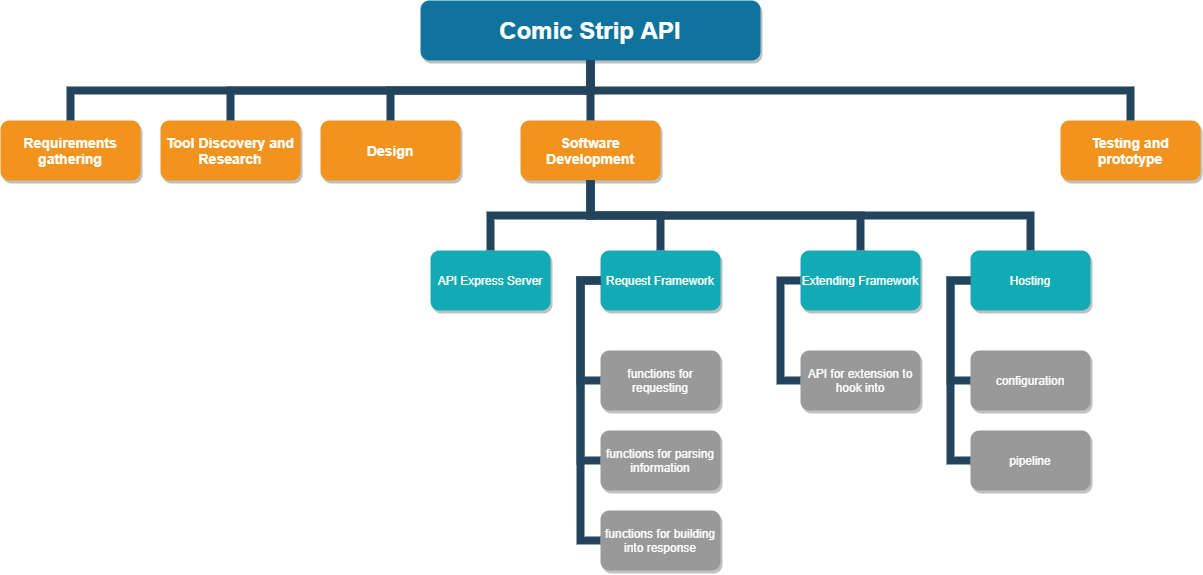
Before: Documentation/WBS.png, a diagram exported from draw.io (Commodore68/comic-strip-api). Source tidied: cells renumbered, new cells last; positions are measured from the earlier drawing's top-left corner, leaving out a move shared by most shapes.
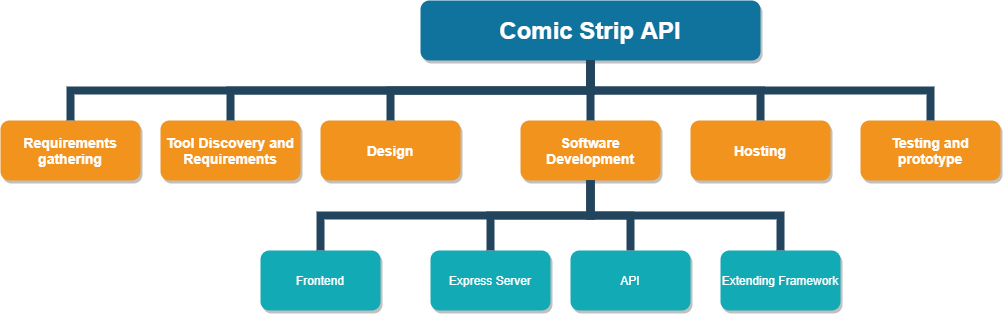
After the change.

Change to the diagram source:
```diff
@@ -8,7 +8,7 @@
     <mxCell id="3" value="Requirements gathering" style="whiteSpace=wrap;rounded=1;fillColor=#F2931E;strokeColor=none;shadow=1;fontColor=#FFFFFF;fontStyle=1;fontSize=14;" parent="1" vertex="1">
       <mxGeometry y="120" width="140" height="60" as="geometry" />
     </mxCell>
-    <mxCell id="4" value="Tool Discovery and Research" style="whiteSpace=wrap;rounded=1;fillColor=#F2931E;strokeColor=none;shadow=1;fontColor=#FFFFFF;fontStyle=1;fontSize=14;" parent="1" vertex="1">
+    <mxCell id="4" value="Tool Discovery and Requirements" style="whiteSpace=wrap;rounded=1;fillColor=#F2931E;strokeColor=none;shadow=1;fontColor=#FFFFFF;fontStyle=1;fontSize=14;" parent="1" vertex="1">
       <mxGeometry x="160" y="120" width="140" height="60" as="geometry" />
     </mxCell>
     <mxCell id="5" value="Design" style="whiteSpace=wrap;rounded=1;fillColor=#F2931E;strokeColor=none;shadow=1;fontColor=#FFFFFF;fontStyle=1;fontSize=14;" parent="1" vertex="1">
@@ -18,80 +18,17 @@
       <mxGeometry x="520" y="120" width="140" height="60" as="geometry" />
     </mxCell>
     <mxCell id="7" value="Testing and prototype" style="whiteSpace=wrap;rounded=1;fillColor=#F2931E;strokeColor=none;shadow=1;fontColor=#FFFFFF;fontStyle=1;fontSize=14;" parent="1" vertex="1">
-      <mxGeometry x="1060" y="120" width="140" height="60" as="geometry" />
+      <mxGeometry x="860" y="120" width="140" height="60" as="geometry" />
     </mxCell>
-    <mxCell id="8" value="API Express Server" style="whiteSpace=wrap;rounded=1;fillColor=#12AAB5;strokeColor=none;shadow=1;fontColor=#FFFFFF;" parent="1" vertex="1">
+    <mxCell id="8" value="Express Server" style="whiteSpace=wrap;rounded=1;fillColor=#12AAB5;strokeColor=none;shadow=1;fontColor=#FFFFFF;" parent="1" vertex="1">
       <mxGeometry x="430" y="250" width="120" height="60" as="geometry" />
     </mxCell>
-    <mxCell id="9" value="Request Framework" style="whiteSpace=wrap;rounded=1;fillColor=#12AAB5;strokeColor=none;shadow=1;fontColor=#FFFFFF;" parent="1" vertex="1">
-      <mxGeometry x="600" y="250" width="120" height="60" as="geometry" />
+    <mxCell id="9" value="API" style="whiteSpace=wrap;rounded=1;fillColor=#12AAB5;strokeColor=none;shadow=1;fontColor=#FFFFFF;" parent="1" vertex="1">
+      <mxGeometry x="570" y="250" width="120" height="60" as="geometry" />
     </mxCell>
     <mxCell id="10" value="Extending Framework" style="whiteSpace=wrap;rounded=1;fillColor=#12AAB5;strokeColor=none;shadow=1;fontColor=#FFFFFF;" parent="1" vertex="1">
-      <mxGeometry x="800" y="250" width="120" height="60" as="geometry" />
+      <mxGeometry x="720" y="250" width="120" height="60" as="geometry" />
     </mxCell>
-    <mxCell id="11" value="functions for requesting" style="whiteSpace=wrap;rounded=1;fillColor=#999999;strokeColor=none;shadow=1;fontColor=#FFFFFF;fontStyle=0;" parent="1" vertex="1">
-      <mxGeometry x="600" y="350" width="120" height="60" as="geometry" />
-    </mxCell>
-    <mxCell id="12" value="functions for parsing information" style="whiteSpace=wrap;rounded=1;fillColor=#999999;strokeColor=none;shadow=1;fontColor=#FFFFFF;fontStyle=0;" parent="1" vertex="1">
-      <mxGeometry x="600" y="430" width="120" height="60" as="geometry" />
-    </mxCell>
-    <mxCell id="13" value="functions for building into response" style="whiteSpace=wrap;rounded=1;fillColor=#999999;strokeColor=none;shadow=1;fontColor=#FFFFFF;fontStyle=0;" parent="1" vertex="1">
-      <mxGeometry x="600" y="510" width="120" height="60" as="geometry" />
-    </mxCell>
-    <mxCell id="14" value="API for extension to hook into" style="whiteSpace=wrap;rounded=1;fillColor=#999999;strokeColor=none;shadow=1;fontColor=#FFFFFF;fontStyle=0;" parent="1" vertex="1">
-      <mxGeometry x="800" y="350" width="120" height="60" as="geometry" />
-    </mxCell>
-    <mxCell id="15" style="edgeStyle=elbowEdgeStyle;elbow=horizontal;rounded=0;fontColor=#000000;endArrow=none;endFill=0;strokeWidth=8;strokeColor=#23445D;" parent="1" edge="1" source="9" target="11">
-      <mxGeometry relative="1" as="geometry">
-        <Array as="points">
-          <mxPoint x="580" y="330" />
-        </Array>
-      </mxGeometry>
-    </mxCell>
-    <mxCell id="16" style="edgeStyle=elbowEdgeStyle;elbow=horizontal;rounded=0;fontColor=#000000;endArrow=none;endFill=0;strokeWidth=8;strokeColor=#23445D;" parent="1" edge="1" source="9" target="12">
-      <mxGeometry relative="1" as="geometry">
-        <Array as="points">
-          <mxPoint x="580" y="370" />
-        </Array>
-      </mxGeometry>
-    </mxCell>
-    <mxCell id="17" style="edgeStyle=elbowEdgeStyle;elbow=horizontal;rounded=0;fontColor=#000000;endArrow=none;endFill=0;strokeWidth=8;strokeColor=#23445D;" parent="1" edge="1" source="9" target="13">
-      <mxGeometry relative="1" as="geometry">
-        <Array as="points">
-          <mxPoint x="580" y="420" />
-        </Array>
-      </mxGeometry>
-    </mxCell>
-    <mxCell id="18" style="edgeStyle=elbowEdgeStyle;elbow=horizontal;rounded=0;fontColor=#000000;endArrow=none;endFill=0;strokeWidth=8;strokeColor=#23445D;" parent="1" edge="1" source="10" target="14">
-      <mxGeometry relative="1" as="geometry">
-        <Array as="points">
-          <mxPoint x="780" y="330" />
-        </Array>
-      </mxGeometry>
-    </mxCell>
-    <mxCell id="19" value="Hosting" style="whiteSpace=wrap;rounded=1;fillColor=#12AAB5;strokeColor=none;shadow=1;fontColor=#FFFFFF;" parent="1" vertex="1">
-      <mxGeometry x="970" y="250" width="120" height="60" as="geometry" />
-    </mxCell>
-    <mxCell id="20" value="configuration" style="whiteSpace=wrap;rounded=1;fillColor=#999999;strokeColor=none;shadow=1;fontColor=#FFFFFF;fontStyle=0;" parent="1" vertex="1">
-      <mxGeometry x="970" y="350" width="120" height="60" as="geometry" />
-    </mxCell>
-    <mxCell id="21" value="pipeline" style="whiteSpace=wrap;rounded=1;fillColor=#999999;strokeColor=none;shadow=1;fontColor=#FFFFFF;fontStyle=0;" parent="1" vertex="1">
-      <mxGeometry x="970" y="430" width="120" height="60" as="geometry" />
-    </mxCell>
-    <mxCell id="22" style="edgeStyle=elbowEdgeStyle;elbow=horizontal;rounded=0;fontColor=#000000;endArrow=none;endFill=0;strokeWidth=8;strokeColor=#23445D;" parent="1" edge="1" source="19" target="20">
-      <mxGeometry relative="1" as="geometry">
-        <Array as="points">
-          <mxPoint x="950" y="330" />
-        </Array>
-      </mxGeometry>
-    </mxCell>
-    <mxCell id="23" style="edgeStyle=elbowEdgeStyle;elbow=horizontal;rounded=0;fontColor=#000000;endArrow=none;endFill=0;strokeWidth=8;strokeColor=#23445D;" parent="1" edge="1" source="19" target="21">
-      <mxGeometry relative="1" as="geometry">
-        <Array as="points">
-          <mxPoint x="950" y="370" />
-        </Array>
-      </mxGeometry>
-    </mxCell>
     <mxCell id="24" style="edgeStyle=elbowEdgeStyle;elbow=vertical;rounded=0;fontColor=#000000;endArrow=none;endFill=0;strokeWidth=8;strokeColor=#23445D;exitX=0.5;exitY=1;exitDx=0;exitDy=0;" parent="1" edge="1" source="6" target="8">
       <mxGeometry relative="1" as="geometry" />
     </mxCell>
@@ -101,9 +38,6 @@
     <mxCell id="26" style="edgeStyle=elbowEdgeStyle;elbow=vertical;rounded=0;fontColor=#000000;endArrow=none;endFill=0;strokeWidth=8;strokeColor=#23445D;" parent="1" edge="1" source="6" target="10">
       <mxGeometry relative="1" as="geometry" />
     </mxCell>
-    <mxCell id="27" style="edgeStyle=elbowEdgeStyle;elbow=vertical;rounded=0;fontColor=#000000;endArrow=none;endFill=0;strokeWidth=8;strokeColor=#23445D;exitX=0.5;exitY=1;exitDx=0;exitDy=0;" parent="1" edge="1" source="6" target="19">
-      <mxGeometry relative="1" as="geometry" />
-    </mxCell>
     <mxCell id="28" style="edgeStyle=elbowEdgeStyle;elbow=vertical;rounded=0;fontColor=#000000;endArrow=none;endFill=0;strokeWidth=8;strokeColor=#23445D;" parent="1" edge="1" source="2" target="3">
       <mxGeometry relative="1" as="geometry" />
     </mxCell>
@@ -119,5 +53,17 @@
     <mxCell id="32" style="edgeStyle=elbowEdgeStyle;elbow=vertical;rounded=0;fontColor=#000000;endArrow=none;endFill=0;strokeWidth=8;strokeColor=#23445D;" parent="1" edge="1" source="2" target="7">
       <mxGeometry relative="1" as="geometry" />
     </mxCell>
+    <mxCell id="33" value="Frontend" style="whiteSpace=wrap;rounded=1;fillColor=#12AAB5;strokeColor=none;shadow=1;fontColor=#FFFFFF;" parent="1" vertex="1">
+      <mxGeometry x="260" y="250" width="120" height="60" as="geometry" />
+    </mxCell>
+    <mxCell id="34" style="edgeStyle=elbowEdgeStyle;elbow=vertical;rounded=0;fontColor=#000000;endArrow=none;endFill=0;strokeWidth=8;strokeColor=#23445D;exitX=0.5;exitY=1;exitDx=0;exitDy=0;" parent="1" edge="1" source="6" target="33">
+      <mxGeometry relative="1" as="geometry" />
+    </mxCell>
+    <mxCell id="19" value="Hosting" style="whiteSpace=wrap;rounded=1;fillColor=#F2931E;strokeColor=none;shadow=1;fontColor=#FFFFFF;fontStyle=1;fontSize=14;" parent="1" vertex="1">
+      <mxGeometry x="690" y="120" width="140" height="60" as="geometry" />
+    </mxCell>
+    <mxCell id="35" style="edgeStyle=elbowEdgeStyle;elbow=vertical;rounded=0;fontColor=#000000;endArrow=none;endFill=0;strokeWidth=8;strokeColor=#23445D;" parent="1" edge="1" source="2" target="19">
+      <mxGeometry relative="1" as="geometry" />
+    </mxCell>
   </root>
 </mxGraphModel>
```
